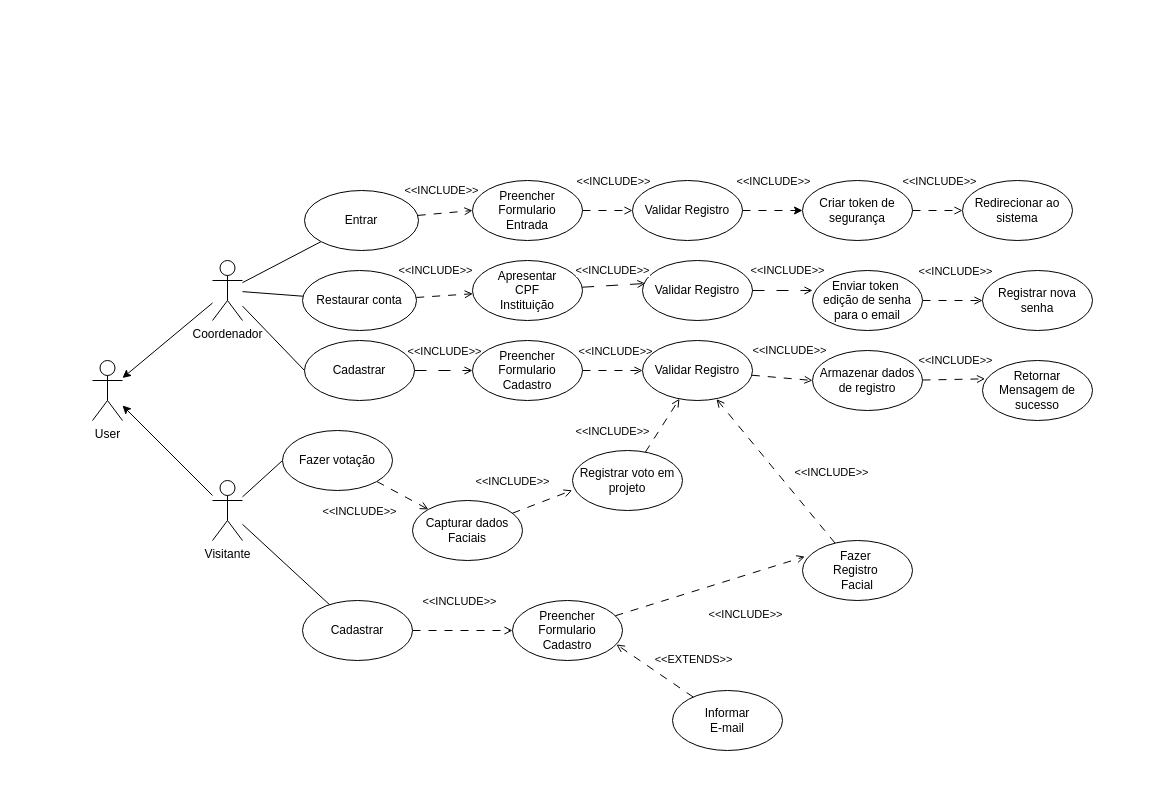
Above: Diagrama/Casos-de-Uso/EntradasSaidaseVoto.dio in FairTechVote/Documentation (draw.io), before the change. Source tidied: cells renumbered, new cells numbered last; positions are measured from the earlier drawing's top-left corner, leaving out a move shared by most shapes. Both pictures are drawn from the tidied source at 100%, with x=0, y=0 at pixel (92, 180).
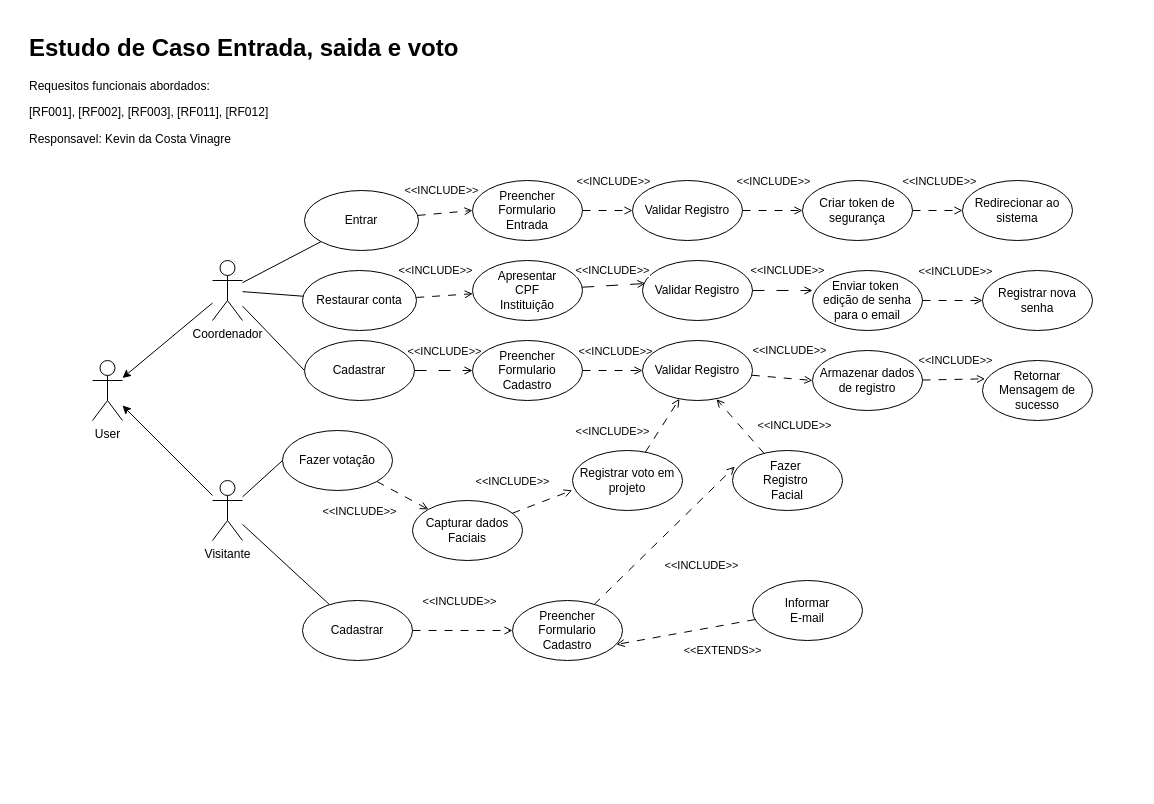
After the change.

Commit message (it also covers changes not shown here):
estudo de caso entradas, saidas e votos

The change refers to these unchanged cells:
```xml
<mxCell id="30" style="edgeStyle=none;html=1;entryX=0.945;entryY=0.733;entryDx=0;entryDy=0;entryPerimeter=0;dashed=1;endArrow=open;endFill=0;dashPattern=8 8;" parent="1" edge="1" source="29" target="28">
  <mxGeometry relative="1" as="geometry" />
</mxCell>
<mxCell id="67" value="Validar Registro" style="ellipse;whiteSpace=wrap;html=1;" parent="1" vertex="1">
  <mxGeometry x="540" width="110" height="60" as="geometry" />
</mxCell>
<mxCell id="70" value="Criar token de segurança" style="ellipse;whiteSpace=wrap;html=1;" parent="1" vertex="1">
  <mxGeometry x="710" width="110" height="60" as="geometry" />
</mxCell>
```

Diff of the diagram source:
```diff
@@
     <mxCell id="29" value="Informar&lt;br&gt;E-mail" style="ellipse;whiteSpace=wrap;html=1;" parent="1" vertex="1">
-      <mxGeometry x="580" y="510" width="110" height="60" as="geometry" />
+      <mxGeometry x="660" y="400" width="110" height="60" as="geometry" />
     </mxCell>
@@
     <mxCell id="31" value="&amp;lt;&amp;lt;EXTENDS&amp;gt;&amp;gt;" style="edgeLabel;html=1;align=center;verticalAlign=middle;" parent="30" vertex="1">
       <mxGeometry x="0.03" y="4" relative="1" as="geometry">
-        <mxPoint x="42" y="-14" as="offset" />
+        <mxPoint x="38" y="14" as="offset" />
       </mxGeometry>
     </mxCell>
     <mxCell id="32" value="Fazer&amp;nbsp;&lt;div&gt;Registro&amp;nbsp;&lt;br&gt;Facial&lt;/div&gt;" style="ellipse;whiteSpace=wrap;html=1;" parent="1" vertex="1">
-      <mxGeometry x="710" y="360" width="110" height="60" as="geometry" />
+      <mxGeometry x="640" y="270" width="110" height="60" as="geometry" />
     </mxCell>
@@
-    <mxCell id="65" style="edgeStyle=none;html=1;entryX=0;entryY=0.5;entryDx=0;entryDy=0;dashed=1;dashPattern=8 8;" parent="1" edge="1" source="67" target="70">
+    <mxCell id="65" style="edgeStyle=none;html=1;entryX=0;entryY=0.5;entryDx=0;entryDy=0;dashed=1;dashPattern=8 8;endArrow=open;endFill=0;" parent="1" edge="1" source="67" target="70">
       <mxGeometry relative="1" as="geometry" />
     </mxCell>
@@
+    <mxCell id="72" value="&lt;h1 style=&quot;margin-top: 0px;&quot;&gt;Estudo de Caso Entrada, saida e voto&lt;/h1&gt;&lt;p&gt;Requesitos funcionais abordados:&lt;/p&gt;&lt;p&gt;[RF001], [RF002], [RF003], [RF011], [RF012]&lt;/p&gt;&lt;p&gt;Responsavel: Kevin da Costa Vinagre&lt;/p&gt;" style="text;html=1;whiteSpace=wrap;overflow=hidden;rounded=0;" parent="1" vertex="1">
+      <mxGeometry x="-65" y="-153" width="560" height="120" as="geometry" />
+    </mxCell>
+    <mxCell id="73" style="rounded=0;whiteSpace=wrap;html=1;fillColor=none;strokeColor=none;" parent="1" vertex="1">
+      <mxGeometry x="-75" y="-163" width="1120" height="770" as="geometry" />
+    </mxCell>
```
